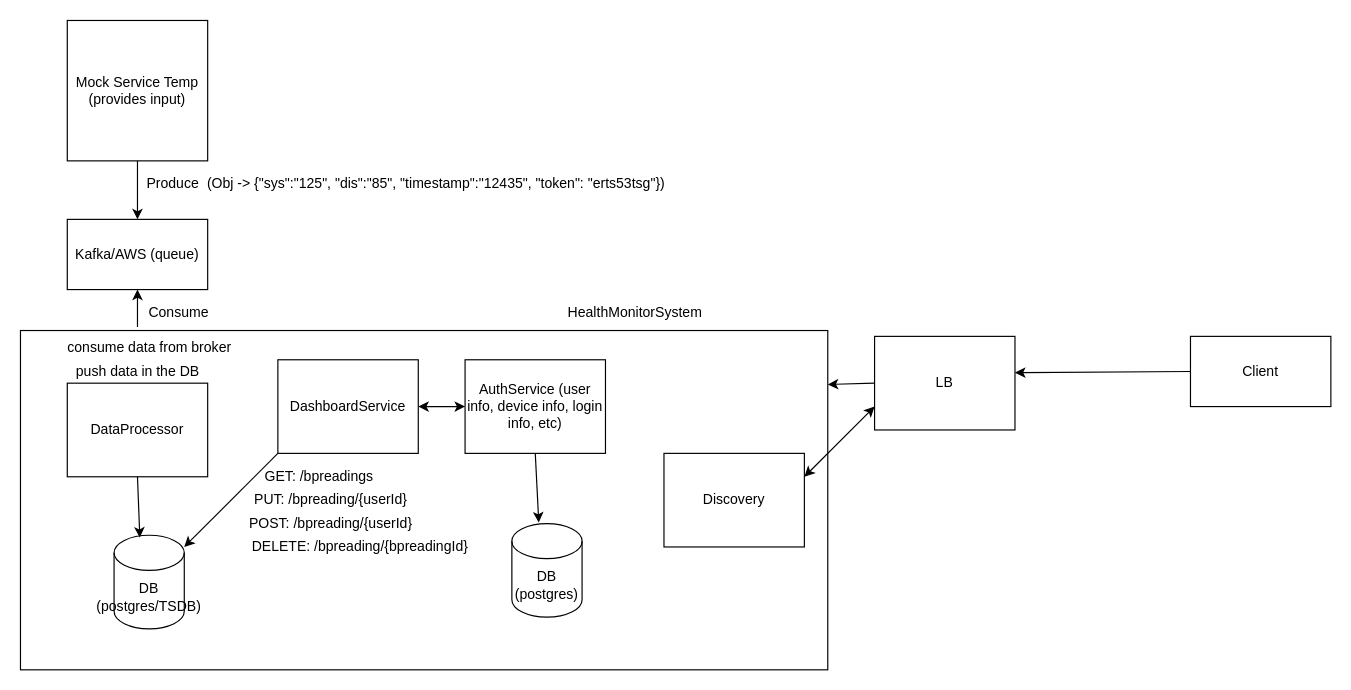
The draw.io diagram resources/app/Untitled Diagram.drawio in rahulBarahpuria/demo, before the edit. Source tidied: cells renumbered, new cells numbered last; positions are measured from the earlier drawing's top-left corner, leaving out a move shared by most shapes. Both pictures are drawn from the tidied source at 117%, with x=0, y=0 at pixel (20, 20).
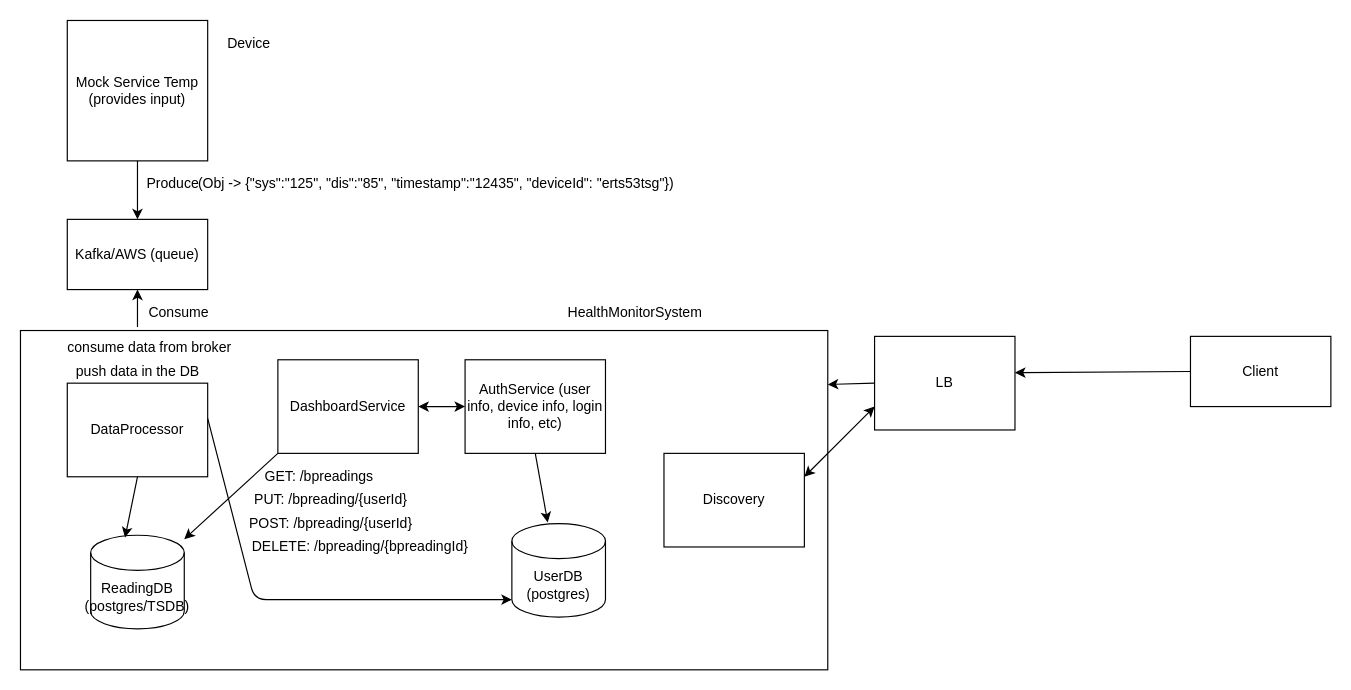
The same page after the edit.

Diff of the diagram source:
```diff
@@
-    <mxCell id="12" value="(Obj -&amp;gt; {&quot;sys&quot;:&quot;125&quot;, &quot;dis&quot;:&quot;85&quot;, &quot;timestamp&quot;:&quot;12435&quot;, &quot;token&quot;: &quot;erts53tsg&quot;})" style="text;html=1;align=center;verticalAlign=middle;" parent="1" vertex="1">
-      <mxGeometry x="150" y="130" width="410" height="20" as="geometry" />
+    <mxCell id="12" value="(Obj -&amp;gt; {&quot;sys&quot;:&quot;125&quot;, &quot;dis&quot;:&quot;85&quot;, &quot;timestamp&quot;:&quot;12435&quot;, &quot;deviceId&quot;: &quot;erts53tsg&quot;})" style="text;html=1;align=center;verticalAlign=middle;" parent="1" vertex="1">
+      <mxGeometry x="145" y="130" width="420" height="20" as="geometry" />
     </mxCell>
@@
-    <mxCell id="19" value="DB (postgres/TSDB)" style="shape=cylinder3;whiteSpace=wrap;html=1;boundedLbl=1;backgroundOutline=1;size=15;" parent="1" vertex="1">
-      <mxGeometry x="80" y="440" width="60" height="80" as="geometry" />
+    <mxCell id="19" value="ReadingDB (postgres/TSDB)" style="shape=cylinder3;whiteSpace=wrap;html=1;boundedLbl=1;backgroundOutline=1;size=15;" parent="1" vertex="1">
+      <mxGeometry x="60" y="440" width="80" height="80" as="geometry" />
     </mxCell>
@@
-    <mxCell id="24" value="DB (postgres)" style="shape=cylinder3;whiteSpace=wrap;html=1;boundedLbl=1;backgroundOutline=1;size=15;" parent="1" vertex="1">
-      <mxGeometry x="420" y="430" width="60" height="80" as="geometry" />
+    <mxCell id="24" value="UserDB (postgres)" style="shape=cylinder3;whiteSpace=wrap;html=1;boundedLbl=1;backgroundOutline=1;size=15;" parent="1" vertex="1">
+      <mxGeometry x="420" y="430" width="80" height="80" as="geometry" />
     </mxCell>
@@
+    <mxCell id="33" value="Device" style="text;html=1;align=center;verticalAlign=middle;" parent="1" vertex="1">
+      <mxGeometry x="170" y="10" width="50" height="20" as="geometry" />
+    </mxCell>
+    <mxCell id="34" style="endArrow=classic;html=1;entryX=0;entryY=1;entryDx=0;entryDy=-15;entryPerimeter=0;" parent="1" edge="1" target="24">
+      <mxGeometry relative="1" as="geometry">
+        <mxPoint x="160" y="340" as="sourcePoint" />
+        <Array as="points">
+          <mxPoint x="200" y="495" />
+        </Array>
+      </mxGeometry>
+    </mxCell>
```
